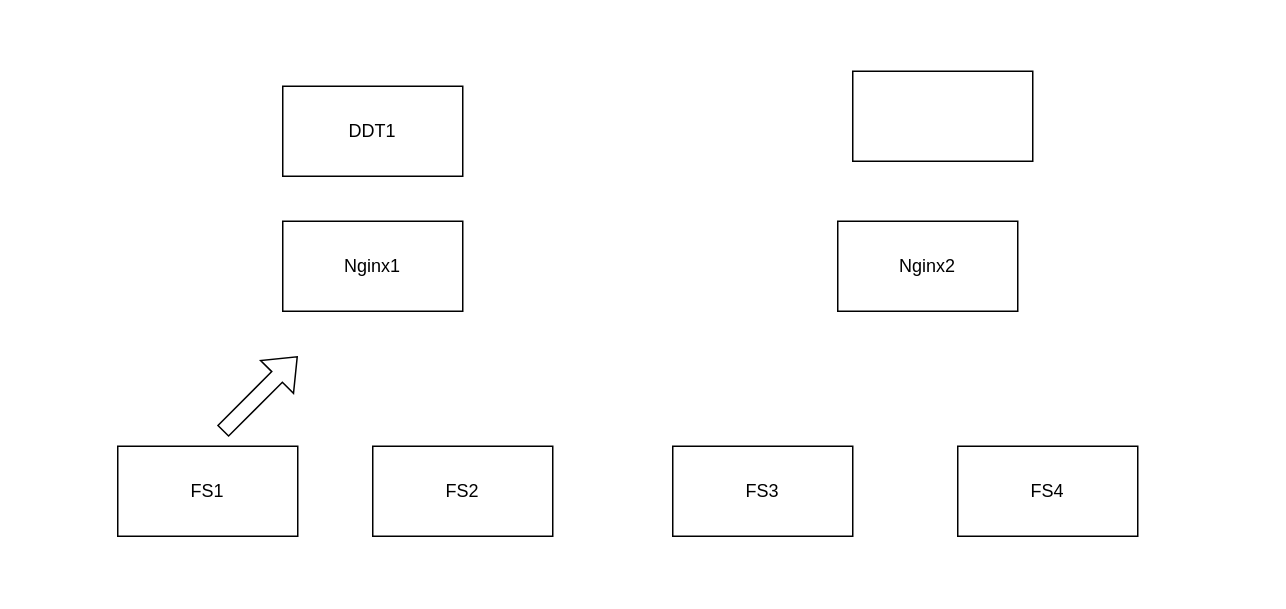
The draw.io diagram Untitled Diagram.drawio in ChunchengHai/Python-for-Everybody, before the edit. Source tidied: cells renumbered, new cells numbered last; positions are measured from the earlier drawing's top-left corner, leaving out a move shared by most shapes. Both pictures are drawn from the tidied source at 150%, with x=0, y=0 at pixel (117, 70).
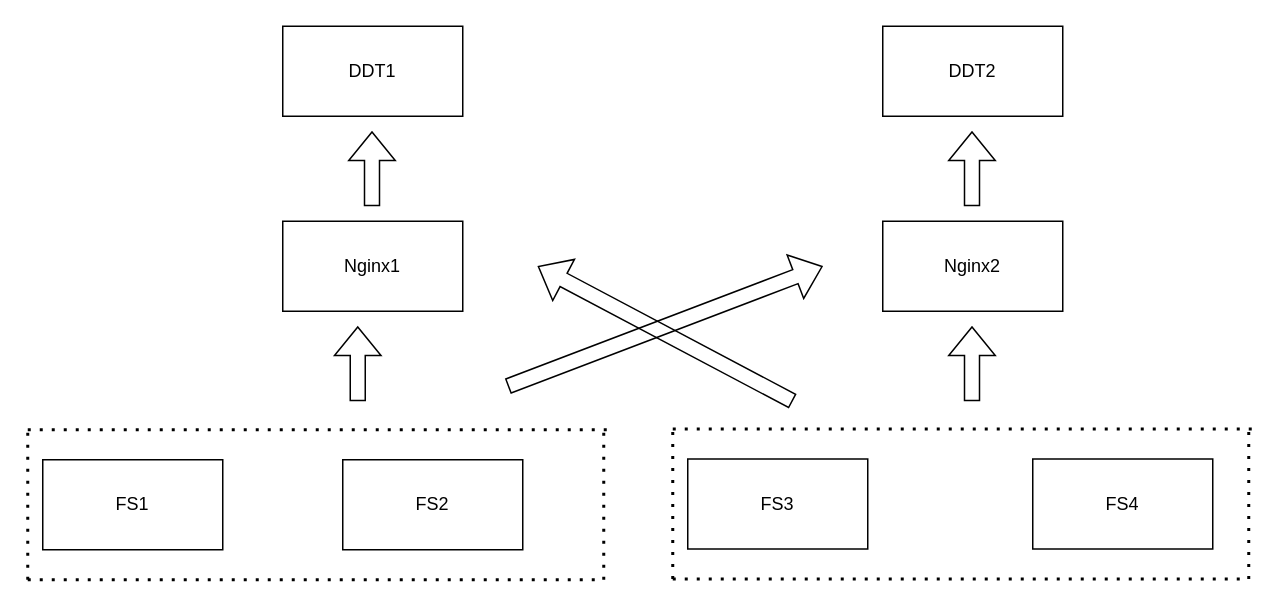
The same page after the edit.

Change to the diagram source:
```diff
@@
     <mxCell id="2" value="FS1" style="rounded=0;whiteSpace=wrap;html=1;" parent="1" vertex="1">
-      <mxGeometry y="250" width="120" height="60" as="geometry" />
+      <mxGeometry x="-50" y="259" width="120" height="60" as="geometry" />
     </mxCell>
-    <mxCell id="3" style="shape=flexArrow;endArrow=classic;html=1;rounded=0;" parent="1" edge="1">
-      <mxGeometry relative="1" as="geometry">
-        <mxPoint x="70" y="240" as="sourcePoint" />
-        <mxPoint x="120" y="190" as="targetPoint" />
-      </mxGeometry>
-    </mxCell>
     <mxCell id="4" value="FS2" style="rounded=0;whiteSpace=wrap;html=1;" parent="1" vertex="1">
-      <mxGeometry x="170" y="250" width="120" height="60" as="geometry" />
+      <mxGeometry x="150" y="259" width="120" height="60" as="geometry" />
     </mxCell>
-    <mxCell id="5" value="FS3" style="rounded=0;whiteSpace=wrap;html=1;" parent="1" vertex="1">
-      <mxGeometry x="370" y="250" width="120" height="60" as="geometry" />
-    </mxCell>
-    <mxCell id="6" value="FS4" style="rounded=0;whiteSpace=wrap;html=1;" parent="1" vertex="1">
-      <mxGeometry x="560" y="250" width="120" height="60" as="geometry" />
-    </mxCell>
@@
     <mxCell id="8" value="Nginx2" style="rounded=0;whiteSpace=wrap;html=1;" parent="1" vertex="1">
-      <mxGeometry x="480" y="100" width="120" height="60" as="geometry" />
+      <mxGeometry x="510" y="100" width="120" height="60" as="geometry" />
     </mxCell>
     <mxCell id="9" value="DDT1" style="rounded=0;whiteSpace=wrap;html=1;" parent="1" vertex="1">
-      <mxGeometry x="110" y="10" width="120" height="60" as="geometry" />
+      <mxGeometry x="110" y="-30" width="120" height="60" as="geometry" />
     </mxCell>
-    <mxCell id="10" style="rounded=0;whiteSpace=wrap;html=1;" parent="1" vertex="1">
-      <mxGeometry x="490" width="120" height="60" as="geometry" />
+    <mxCell id="10" value="DDT2" style="rounded=0;whiteSpace=wrap;html=1;" parent="1" vertex="1">
+      <mxGeometry x="510" y="-30" width="120" height="60" as="geometry" />
     </mxCell>
+    <mxCell id="11" style="shape=flexArrow;endArrow=classic;html=1;rounded=0;" parent="1" edge="1">
+      <mxGeometry relative="1" as="geometry">
+        <mxPoint x="169.5" y="90" as="sourcePoint" />
+        <mxPoint x="169.5" y="40" as="targetPoint" />
+      </mxGeometry>
+    </mxCell>
+    <mxCell id="12" style="shape=flexArrow;endArrow=classic;html=1;rounded=0;" parent="1" edge="1">
+      <mxGeometry relative="1" as="geometry">
+        <mxPoint x="569.5" y="90" as="sourcePoint" />
+        <mxPoint x="569.5" y="40" as="targetPoint" />
+      </mxGeometry>
+    </mxCell>
+    <mxCell id="13" style="shape=flexArrow;endArrow=classic;html=1;rounded=0;" parent="1" edge="1">
+      <mxGeometry relative="1" as="geometry">
+        <mxPoint x="260" y="210" as="sourcePoint" />
+        <mxPoint x="470" y="130" as="targetPoint" />
+      </mxGeometry>
+    </mxCell>
+    <mxCell id="14" style="endArrow=none;dashed=1;html=1;dashPattern=1 3;strokeWidth=2;rounded=0;" parent="1" edge="1">
+      <mxGeometry relative="1" as="geometry">
+        <mxPoint x="-60" y="239" as="sourcePoint" />
+        <mxPoint x="330" y="239" as="targetPoint" />
+      </mxGeometry>
+    </mxCell>
+    <mxCell id="15" style="shape=flexArrow;endArrow=classic;html=1;rounded=0;" parent="1" edge="1">
+      <mxGeometry relative="1" as="geometry">
+        <mxPoint x="160" y="220" as="sourcePoint" />
+        <mxPoint x="160" y="170" as="targetPoint" />
+      </mxGeometry>
+    </mxCell>
+    <mxCell id="16" style="endArrow=none;dashed=1;html=1;dashPattern=1 3;strokeWidth=2;rounded=0;" parent="1" edge="1">
+      <mxGeometry relative="1" as="geometry">
+        <mxPoint x="-60" y="339" as="sourcePoint" />
+        <mxPoint x="-60" y="239" as="targetPoint" />
+      </mxGeometry>
+    </mxCell>
+    <mxCell id="17" style="endArrow=none;dashed=1;html=1;dashPattern=1 3;strokeWidth=2;rounded=0;" parent="1" edge="1">
+      <mxGeometry relative="1" as="geometry">
+        <mxPoint x="324" y="339" as="sourcePoint" />
+        <mxPoint x="324" y="239" as="targetPoint" />
+      </mxGeometry>
+    </mxCell>
+    <mxCell id="18" style="endArrow=none;dashed=1;html=1;dashPattern=1 3;strokeWidth=2;rounded=0;" parent="1" edge="1">
+      <mxGeometry relative="1" as="geometry">
+        <mxPoint x="-60" y="339" as="sourcePoint" />
+        <mxPoint x="320" y="339" as="targetPoint" />
+      </mxGeometry>
+    </mxCell>
+    <mxCell id="5" value="FS3" style="rounded=0;whiteSpace=wrap;html=1;" parent="1" vertex="1">
+      <mxGeometry x="380" y="258.5" width="120" height="60" as="geometry" />
+    </mxCell>
+    <mxCell id="6" value="FS4" style="rounded=0;whiteSpace=wrap;html=1;" parent="1" vertex="1">
+      <mxGeometry x="610" y="258.5" width="120" height="60" as="geometry" />
+    </mxCell>
+    <mxCell id="19" style="endArrow=none;dashed=1;html=1;dashPattern=1 3;strokeWidth=2;rounded=0;" parent="1" edge="1">
+      <mxGeometry relative="1" as="geometry">
+        <mxPoint x="370" y="238.5" as="sourcePoint" />
+        <mxPoint x="760" y="238.5" as="targetPoint" />
+      </mxGeometry>
+    </mxCell>
+    <mxCell id="20" style="endArrow=none;dashed=1;html=1;dashPattern=1 3;strokeWidth=2;rounded=0;" parent="1" edge="1">
+      <mxGeometry relative="1" as="geometry">
+        <mxPoint x="370" y="338.5" as="sourcePoint" />
+        <mxPoint x="370" y="238.5" as="targetPoint" />
+      </mxGeometry>
+    </mxCell>
+    <mxCell id="21" style="endArrow=none;dashed=1;html=1;dashPattern=1 3;strokeWidth=2;rounded=0;" parent="1" edge="1">
+      <mxGeometry relative="1" as="geometry">
+        <mxPoint x="754" y="338.5" as="sourcePoint" />
+        <mxPoint x="754" y="238.5" as="targetPoint" />
+      </mxGeometry>
+    </mxCell>
+    <mxCell id="22" style="endArrow=none;dashed=1;html=1;dashPattern=1 3;strokeWidth=2;rounded=0;" parent="1" edge="1">
+      <mxGeometry relative="1" as="geometry">
+        <mxPoint x="370" y="338.5" as="sourcePoint" />
+        <mxPoint x="750" y="338.5" as="targetPoint" />
+      </mxGeometry>
+    </mxCell>
+    <mxCell id="23" style="shape=flexArrow;endArrow=classic;html=1;rounded=0;" parent="1" edge="1">
+      <mxGeometry relative="1" as="geometry">
+        <mxPoint x="450" y="220" as="sourcePoint" />
+        <mxPoint x="280" y="130" as="targetPoint" />
+      </mxGeometry>
+    </mxCell>
+    <mxCell id="24" style="shape=flexArrow;endArrow=classic;html=1;rounded=0;" parent="1" edge="1">
+      <mxGeometry relative="1" as="geometry">
+        <mxPoint x="569.5" y="220" as="sourcePoint" />
+        <mxPoint x="569.5" y="170" as="targetPoint" />
+      </mxGeometry>
+    </mxCell>
```
